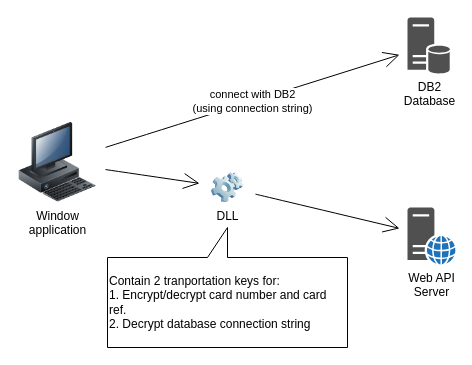
delphihero/MyDocument keeps this draw.io diagram as scb-fix-3tier-diagram.drawio. Above is the earlier version. Source tidied: cells renumbered, new cells numbered last; positions are measured from the earlier drawing's top-left corner, leaving out a move shared by most shapes. Both pictures are drawn from the tidied source at 100%, with x=0, y=0 at pixel (17, 17).
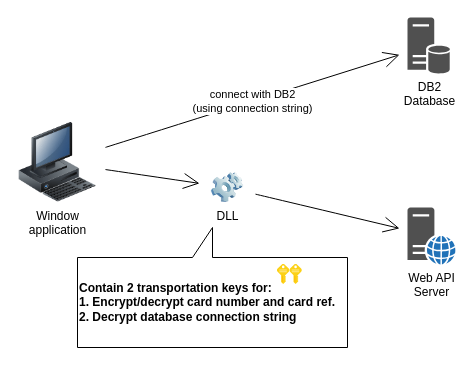
Above is the later version.

What changed in the source:
```diff
@@
 <mxGraphModel>
   <root>
     <mxCell id="0" />
     <mxCell id="1" parent="0" />
     <mxCell id="2" value="&lt;div&gt;DB2 &lt;br&gt;&lt;/div&gt;&lt;div&gt;Database&lt;/div&gt;" style="sketch=0;shadow=0;dashed=0;html=1;strokeColor=none;fillColor=#505050;labelPosition=center;verticalLabelPosition=bottom;verticalAlign=top;outlineConnect=0;align=center;shape=mxgraph.office.servers.database_server;hachureGap=4;" parent="1" vertex="1">
       <mxGeometry x="390" width="43" height="56" as="geometry" />
     </mxCell>
     <mxCell id="3" value="&lt;div&gt;Web API&lt;/div&gt;&lt;div&gt;Server&lt;br&gt;&lt;/div&gt;" style="sketch=0;shadow=0;dashed=0;html=1;strokeColor=none;fillColor=#505050;labelPosition=center;verticalLabelPosition=bottom;verticalAlign=top;outlineConnect=0;align=center;shape=mxgraph.office.servers.web_server_blue;hachureGap=4;" parent="1" vertex="1">
       <mxGeometry x="390" y="190" width="48" height="57" as="geometry" />
     </mxCell>
     <mxCell id="4" style="edgeStyle=none;curved=1;rounded=0;jettySize=auto;html=1;endArrow=open;startSize=14;endSize=14;sourcePerimeterSpacing=8;targetPerimeterSpacing=8;" parent="1" edge="1" source="6" target="8">
       <mxGeometry relative="1" as="geometry" />
     </mxCell>
     <mxCell id="5" value="&lt;div&gt;connect with DB2&lt;/div&gt;&lt;div&gt;(using connection string)&lt;br&gt;&lt;/div&gt;" style="edgeStyle=none;curved=1;rounded=0;jettySize=auto;html=1;endArrow=open;startSize=14;endSize=14;sourcePerimeterSpacing=8;targetPerimeterSpacing=8;" parent="1" edge="1" source="6" target="2">
       <mxGeometry relative="1" as="geometry" />
     </mxCell>
     <mxCell id="6" value="&lt;div&gt;Window&lt;/div&gt;&lt;div&gt;application&lt;br&gt;&lt;/div&gt;" style="image;html=1;image=img/lib/clip_art/computers/Workstation_128x128.png;hachureGap=4;" parent="1" vertex="1">
       <mxGeometry y="105" width="80" height="80" as="geometry" />
     </mxCell>
     <mxCell id="7" style="edgeStyle=none;curved=1;rounded=0;jettySize=auto;html=1;endArrow=open;startSize=14;endSize=14;sourcePerimeterSpacing=8;targetPerimeterSpacing=8;" parent="1" edge="1" source="8" target="3">
       <mxGeometry relative="1" as="geometry" />
     </mxCell>
     <mxCell id="8" value="DLL" style="image;html=1;image=img/lib/clip_art/computers/Software_128x128.png;hachureGap=4;" parent="1" vertex="1">
       <mxGeometry x="190" y="155" width="40" height="30" as="geometry" />
     </mxCell>
-    <mxCell id="9" value="&lt;div align=&quot;left&quot;&gt;Contain 2 tranportation keys for:&lt;/div&gt;&lt;div align=&quot;left&quot;&gt;1. Encrypt/decrypt card number and card ref.&lt;/div&gt;&lt;div align=&quot;left&quot;&gt;2. Decrypt database connection string &lt;br&gt;&lt;/div&gt;" style="shape=callout;whiteSpace=wrap;html=1;perimeter=calloutPerimeter;hachureGap=4;direction=west;align=left;" parent="1" vertex="1">
-      <mxGeometry x="90" y="210" width="240" height="120" as="geometry" />
+    <mxCell id="9" value="&lt;div align=&quot;left&quot;&gt;&lt;b&gt;Contain 2 transportation keys for:&lt;/b&gt;&lt;/div&gt;&lt;div align=&quot;left&quot;&gt;&lt;b&gt;1. Encrypt/decrypt card number and card ref.&lt;/b&gt;&lt;/div&gt;&lt;div align=&quot;left&quot;&gt;&lt;b&gt;2. Decrypt database connection string &lt;br&gt;&lt;/b&gt;&lt;/div&gt;" style="shape=callout;whiteSpace=wrap;html=1;perimeter=calloutPerimeter;hachureGap=4;direction=west;align=left;" parent="1" vertex="1">
+      <mxGeometry x="60" y="210" width="270" height="120" as="geometry" />
     </mxCell>
+    <mxCell id="10" style="sketch=0;html=1;align=center;image;fontSize=12;image=img/lib/mscae/Key.svg;hachureGap=4;" parent="1" vertex="1">
+      <mxGeometry x="260" y="247" width="12.4" height="20" as="geometry" />
+    </mxCell>
+    <mxCell id="11" style="sketch=0;html=1;align=center;image;fontSize=12;image=img/lib/mscae/Key.svg;hachureGap=4;" parent="1" vertex="1">
+      <mxGeometry x="272.4" y="247" width="12.4" height="20" as="geometry" />
+    </mxCell>
   </root>
 </mxGraphModel>
```
